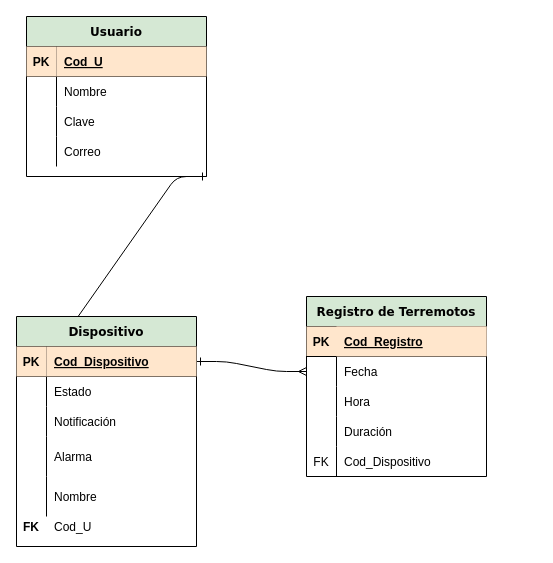
Before: EW.drawio in Ivan-Tang1MTFAZ/Clase_4, a draw.io diagram. Source tidied: cells renumbered, new cells numbered last; positions are measured from the earlier drawing's top-left corner, leaving out a move shared by most shapes. Both pictures are drawn from the tidied source at 100%, with x=0, y=0 at pixel (16, 16).
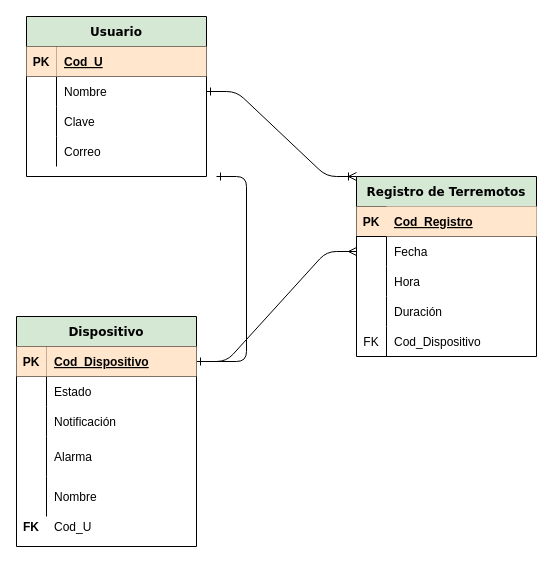
Above is the later version.

Unchanged cells that the change refers to:
```xml
<mxCell id="4" value="Usuario" style="shape=table;startSize=30;childLayout=tableLayout;rowLines=0;fontStyle=1;align=center;fillColor=#d5e8d4;fontFamily=Verdana;" parent="1" vertex="1">
  <mxGeometry x="10" width="180" height="160" as="geometry" />
</mxCell>
<mxCell id="8" style="shape=partialRectangle;fillColor=none;top=0;left=0;bottom=0;right=0;points=[[0,0.5],[1,0.5]];portConstraint=eastwest;" parent="4" vertex="1">
  <mxGeometry y="60" width="180" height="30" as="geometry" />
</mxCell>
<mxCell id="18" style="shape=partialRectangle;fillColor=none;top=0;left=0;bottom=1;right=0;points=[[0,0.5],[1,0.5]];portConstraint=eastwest;" parent="17" vertex="1">
  <mxGeometry y="30" width="180" height="30" as="geometry" />
</mxCell>
```

Diff of the diagram source:
```diff
@@
-    <mxCell id="2" style="edgeStyle=entityRelationEdgeStyle;fontSize=12;html=1;endArrow=ERoneToMany;exitX=1;exitY=1;exitDx=0;exitDy=0;entryX=0;entryY=0.5;entryDx=0;entryDy=0;startArrow=ERone;startFill=0;" parent="1" edge="1" source="4" target="18">
-      <mxGeometry relative="1" as="geometry" />
+    <mxCell id="2" style="edgeStyle=entityRelationEdgeStyle;fontSize=12;html=1;endArrow=ERoneToMany;entryX=0;entryY=0.5;entryDx=0;entryDy=0;startArrow=ERone;startFill=0;" parent="1" edge="1" target="18">
+      <mxGeometry relative="1" as="geometry">
+        <mxPoint x="200" y="160" as="sourcePoint" />
+      </mxGeometry>
     </mxCell>
@@
+    <mxCell id="51" style="edgeStyle=entityRelationEdgeStyle;fontSize=12;html=1;endArrow=ERoneToMany;exitX=1;exitY=0.5;exitDx=0;exitDy=0;entryX=0;entryY=0;entryDx=0;entryDy=0;startArrow=ERone;startFill=0;" parent="1" edge="1" source="8" target="35">
+      <mxGeometry relative="1" as="geometry" />
+    </mxCell>
     <mxCell id="35" value="Registro de Terremotos" style="shape=table;startSize=30;childLayout=tableLayout;rowLines=0;fontStyle=1;align=center;fillColor=#D5E8D4;fontFamily=Verdana;" parent="1" vertex="1">
-      <mxGeometry x="290" y="280" width="180" height="180" as="geometry" />
+      <mxGeometry x="340" y="160" width="180" height="180" as="geometry" />
     </mxCell>
```
